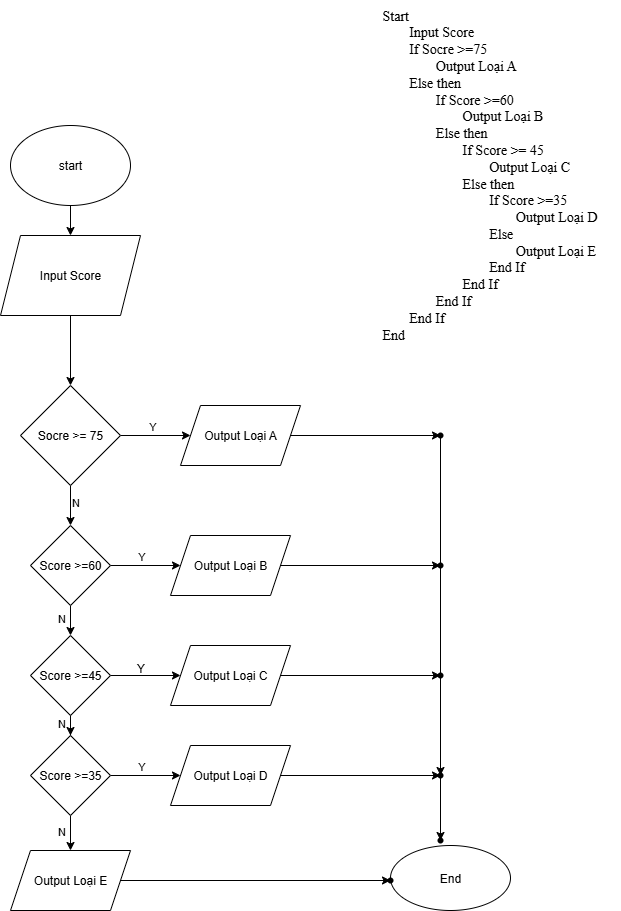
Above: ss3_pseudo/bai5.png in DoanNhatLong/m1_c09 (draw.io), before the change. Source tidied: cells renumbered, new cells last; positions are measured from the earlier drawing's top-left corner, leaving out a move shared by most shapes.
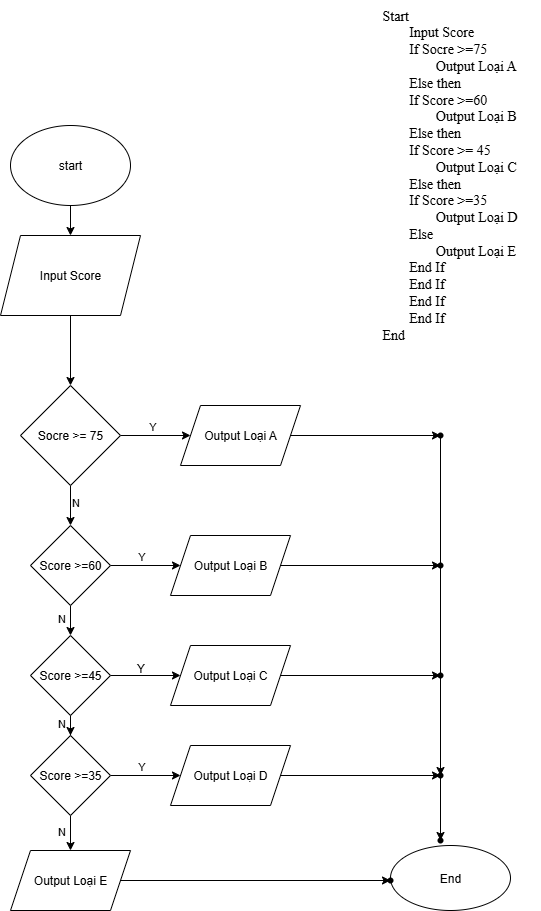
Above is the later version.

Commit message:
Bai_tap_pseudo

Change to the diagram source:
```diff
@@ -17,8 +17,8 @@
     <mxCell id="6" value="End" style="ellipse;whiteSpace=wrap;html=1;" parent="1" vertex="1">
       <mxGeometry x="390" y="845" width="120" height="65" as="geometry" />
     </mxCell>
-    <mxCell id="7" value="&lt;font style=&quot;font-size: 14px;&quot; face=&quot;Times New Roman&quot;&gt;Start&lt;br&gt;&lt;span style=&quot;white-space: pre;&quot;&gt;&#9;&lt;/span&gt;Input Score&lt;/font&gt;&lt;div&gt;&lt;font face=&quot;Times New Roman&quot;&gt;&lt;span style=&quot;font-size: 14px;&quot;&gt;&lt;span style=&quot;white-space: pre;&quot;&gt;&#9;&lt;/span&gt;If Socre &amp;gt;=75&amp;nbsp;&amp;nbsp;&lt;/span&gt;&lt;/font&gt;&lt;/div&gt;&lt;div&gt;&lt;font face=&quot;Times New Roman&quot;&gt;&lt;span style=&quot;font-size: 14px;&quot;&gt;&lt;span style=&quot;white-space: pre;&quot;&gt;&#9;&lt;/span&gt;&lt;span style=&quot;white-space: pre;&quot;&gt;&#9;&lt;/span&gt;Output Loại A&lt;br&gt;&lt;span style=&quot;white-space: pre;&quot;&gt;&#9;&lt;/span&gt;Else then&lt;/span&gt;&lt;/font&gt;&lt;/div&gt;&lt;div&gt;&lt;font face=&quot;Times New Roman&quot;&gt;&lt;span style=&quot;font-size: 14px;&quot;&gt;&lt;span style=&quot;white-space: pre;&quot;&gt;&#9;&lt;/span&gt;&lt;span style=&quot;white-space: pre;&quot;&gt;&#9;&lt;/span&gt;If Score &amp;gt;=60&amp;nbsp;&lt;/span&gt;&lt;/font&gt;&lt;/div&gt;&lt;div&gt;&lt;font face=&quot;Times New Roman&quot;&gt;&lt;span style=&quot;font-size: 14px;&quot;&gt;&lt;span style=&quot;white-space: pre;&quot;&gt;&#9;&lt;/span&gt;&lt;span style=&quot;white-space: pre;&quot;&gt;&#9;&lt;span style=&quot;white-space: pre;&quot;&gt;&#9;&lt;/span&gt;&lt;/span&gt;Output Loại B&lt;br&gt;&lt;span style=&quot;white-space: pre;&quot;&gt;&#9;&lt;/span&gt;&lt;span style=&quot;white-space: pre;&quot;&gt;&#9;&lt;/span&gt;Else then&lt;/span&gt;&lt;/font&gt;&lt;/div&gt;&lt;div&gt;&lt;font face=&quot;Times New Roman&quot;&gt;&lt;span style=&quot;font-size: 14px;&quot;&gt;&lt;span style=&quot;white-space: pre;&quot;&gt;&#9;&lt;/span&gt;&lt;span style=&quot;white-space: pre;&quot;&gt;&#9;&lt;/span&gt;&lt;span style=&quot;white-space: pre;&quot;&gt;&#9;&lt;/span&gt;If Score &amp;gt;= 45&amp;nbsp;&lt;/span&gt;&lt;/font&gt;&lt;/div&gt;&lt;div&gt;&lt;font face=&quot;Times New Roman&quot;&gt;&lt;span style=&quot;font-size: 14px;&quot;&gt;&lt;span style=&quot;white-space: pre;&quot;&gt;&#9;&lt;/span&gt;&lt;span style=&quot;white-space: pre;&quot;&gt;&#9;&lt;/span&gt;&lt;span style=&quot;white-space: pre;&quot;&gt;&#9;&lt;/span&gt;&lt;span style=&quot;white-space: pre;&quot;&gt;&#9;&lt;/span&gt;Output Loại C&lt;br&gt;&lt;span style=&quot;white-space: pre;&quot;&gt;&#9;&lt;/span&gt;&lt;span style=&quot;white-space: pre;&quot;&gt;&#9;&lt;/span&gt;&lt;span style=&quot;white-space: pre;&quot;&gt;&#9;&lt;/span&gt;Else then&amp;nbsp;&lt;/span&gt;&lt;/font&gt;&lt;/div&gt;&lt;div&gt;&lt;font face=&quot;Times New Roman&quot;&gt;&lt;span style=&quot;font-size: 14px;&quot;&gt;&lt;span style=&quot;white-space: pre;&quot;&gt;&#9;&lt;/span&gt;&lt;span style=&quot;white-space: pre;&quot;&gt;&#9;&lt;/span&gt;&lt;span style=&quot;white-space: pre;&quot;&gt;&#9;&lt;/span&gt;&lt;span style=&quot;white-space: pre;&quot;&gt;&#9;&lt;/span&gt;If Score &amp;gt;=35&amp;nbsp;&lt;/span&gt;&lt;/font&gt;&lt;/div&gt;&lt;div&gt;&lt;font face=&quot;Times New Roman&quot;&gt;&lt;span style=&quot;font-size: 14px;&quot;&gt;&lt;span style=&quot;white-space: pre;&quot;&gt;&#9;&lt;/span&gt;&lt;span style=&quot;white-space: pre;&quot;&gt;&#9;&lt;/span&gt;&lt;span style=&quot;white-space: pre;&quot;&gt;&#9;&lt;/span&gt;&lt;span style=&quot;white-space: pre;&quot;&gt;&#9;&lt;/span&gt;&lt;span style=&quot;white-space: pre;&quot;&gt;&#9;&lt;/span&gt;Output Loại D&lt;br&gt;&lt;span style=&quot;white-space: pre;&quot;&gt;&#9;&lt;/span&gt;&lt;span style=&quot;white-space: pre;&quot;&gt;&#9;&lt;/span&gt;&lt;span style=&quot;white-space: pre;&quot;&gt;&#9;&lt;/span&gt;&lt;span style=&quot;white-space: pre;&quot;&gt;&#9;&lt;/span&gt;Else&amp;nbsp;&lt;/span&gt;&lt;/font&gt;&lt;/div&gt;&lt;div&gt;&lt;font face=&quot;Times New Roman&quot;&gt;&lt;span style=&quot;font-size: 14px;&quot;&gt;&lt;span style=&quot;white-space: pre;&quot;&gt;&#9;&lt;/span&gt;&lt;span style=&quot;white-space: pre;&quot;&gt;&#9;&lt;span style=&quot;white-space: pre;&quot;&gt;&#9;&lt;/span&gt;&lt;span style=&quot;white-space: pre;&quot;&gt;&#9;&lt;/span&gt;&lt;span style=&quot;white-space: pre;&quot;&gt;&#9;&lt;/span&gt;O&lt;/span&gt;utput Loại E&lt;/span&gt;&lt;/font&gt;&lt;/div&gt;&lt;div&gt;&lt;font face=&quot;Times New Roman&quot;&gt;&lt;span style=&quot;font-size: 14px;&quot;&gt;&lt;span style=&quot;white-space: pre;&quot;&gt;&#9;&lt;/span&gt;&lt;span style=&quot;white-space: pre;&quot;&gt;&#9;&lt;/span&gt;&lt;span style=&quot;white-space: pre;&quot;&gt;&#9;&lt;/span&gt;&lt;span style=&quot;white-space: pre;&quot;&gt;&#9;&lt;/span&gt;End If&lt;/span&gt;&lt;/font&gt;&lt;/div&gt;&lt;div&gt;&lt;font face=&quot;Times New Roman&quot;&gt;&lt;span style=&quot;font-size: 14px;&quot;&gt;&lt;span style=&quot;white-space: pre;&quot;&gt;&#9;&lt;/span&gt;&lt;span style=&quot;white-space: pre;&quot;&gt;&#9;&lt;/span&gt;&lt;span style=&quot;white-space: pre;&quot;&gt;&#9;&lt;/span&gt;End If&lt;/span&gt;&lt;/font&gt;&lt;/div&gt;&lt;div&gt;&lt;font face=&quot;Times New Roman&quot;&gt;&lt;span style=&quot;font-size: 14px;&quot;&gt;&lt;span style=&quot;white-space: pre;&quot;&gt;&#9;&lt;/span&gt;&lt;span style=&quot;white-space: pre;&quot;&gt;&#9;&lt;/span&gt;End If&lt;/span&gt;&lt;/font&gt;&lt;/div&gt;&lt;div&gt;&lt;font face=&quot;Times New Roman&quot;&gt;&lt;span style=&quot;font-size: 14px;&quot;&gt;&lt;span style=&quot;white-space: pre;&quot;&gt;&#9;&lt;/span&gt;End If&lt;br&gt;&lt;/span&gt;&lt;/font&gt;&lt;div&gt;&lt;font style=&quot;font-size: 14px;&quot; face=&quot;Times New Roman&quot;&gt;End&lt;/font&gt;&lt;/div&gt;&lt;div&gt;&lt;/div&gt;&lt;/div&gt;" style="text;html=1;align=left;verticalAlign=middle;strokeColor=none;fillColor=none;" parent="1" vertex="1">
-      <mxGeometry x="380" width="240" height="350" as="geometry" />
+    <mxCell id="7" value="&lt;font style=&quot;font-size: 14px;&quot; face=&quot;Times New Roman&quot;&gt;Start&lt;br&gt;&lt;span style=&quot;white-space: pre;&quot;&gt;&#9;&lt;/span&gt;Input Score&lt;/font&gt;&lt;div&gt;&lt;font face=&quot;Times New Roman&quot;&gt;&lt;span style=&quot;font-size: 14px;&quot;&gt;&lt;span style=&quot;white-space: pre;&quot;&gt;&#9;&lt;/span&gt;If Socre &amp;gt;=75&amp;nbsp;&amp;nbsp;&lt;/span&gt;&lt;/font&gt;&lt;/div&gt;&lt;div&gt;&lt;font face=&quot;Times New Roman&quot;&gt;&lt;span style=&quot;font-size: 14px;&quot;&gt;&lt;span style=&quot;white-space: pre;&quot;&gt;&#9;&lt;/span&gt;&lt;span style=&quot;white-space: pre;&quot;&gt;&#9;&lt;/span&gt;Output Loại A&lt;br&gt;&lt;span style=&quot;white-space: pre;&quot;&gt;&#9;&lt;/span&gt;Else then&lt;/span&gt;&lt;/font&gt;&lt;/div&gt;&lt;div&gt;&lt;font face=&quot;Times New Roman&quot;&gt;&lt;span style=&quot;font-size: 14px;&quot;&gt;&lt;span style=&quot;white-space: pre;&quot;&gt;&#9;&lt;/span&gt;If Score &amp;gt;=60&amp;nbsp;&lt;/span&gt;&lt;/font&gt;&lt;/div&gt;&lt;div&gt;&lt;font face=&quot;Times New Roman&quot;&gt;&lt;span style=&quot;font-size: 14px;&quot;&gt;&lt;span style=&quot;white-space: pre;&quot;&gt;&#9;&lt;/span&gt;&lt;span style=&quot;white-space: pre;&quot;&gt;&#9;&lt;/span&gt;Output Loại B&lt;br&gt;&lt;span style=&quot;white-space: pre;&quot;&gt;&#9;&lt;/span&gt;Else then&lt;/span&gt;&lt;/font&gt;&lt;/div&gt;&lt;div&gt;&lt;font face=&quot;Times New Roman&quot;&gt;&lt;span style=&quot;font-size: 14px;&quot;&gt;&lt;span style=&quot;white-space: pre;&quot;&gt;&#9;&lt;/span&gt;If Score &amp;gt;= 45&amp;nbsp;&lt;/span&gt;&lt;/font&gt;&lt;/div&gt;&lt;div&gt;&lt;font face=&quot;Times New Roman&quot;&gt;&lt;span style=&quot;font-size: 14px;&quot;&gt;&lt;span style=&quot;white-space: pre;&quot;&gt;&#9;&lt;/span&gt;&lt;span style=&quot;white-space: pre;&quot;&gt;&#9;&lt;/span&gt;Output Loại C&lt;br&gt;&lt;span style=&quot;white-space: pre;&quot;&gt;&#9;&lt;/span&gt;Else then&amp;nbsp;&lt;/span&gt;&lt;/font&gt;&lt;/div&gt;&lt;div&gt;&lt;font face=&quot;Times New Roman&quot;&gt;&lt;span style=&quot;font-size: 14px;&quot;&gt;&lt;span style=&quot;white-space: pre;&quot;&gt;&#9;&lt;/span&gt;If Score &amp;gt;=35&amp;nbsp;&lt;/span&gt;&lt;/font&gt;&lt;/div&gt;&lt;div&gt;&lt;font face=&quot;Times New Roman&quot;&gt;&lt;span style=&quot;font-size: 14px;&quot;&gt;&lt;span style=&quot;white-space: pre;&quot;&gt;&#9;&lt;/span&gt;&lt;span style=&quot;white-space: pre;&quot;&gt;&#9;&lt;/span&gt;Output Loại D&lt;br&gt;&lt;span style=&quot;white-space: pre;&quot;&gt;&#9;&lt;/span&gt;Else&amp;nbsp;&lt;/span&gt;&lt;/font&gt;&lt;/div&gt;&lt;div&gt;&lt;font face=&quot;Times New Roman&quot;&gt;&lt;span style=&quot;font-size: 14px;&quot;&gt;&lt;span style=&quot;white-space: pre;&quot;&gt;&#9;&lt;/span&gt;&lt;span style=&quot;white-space: pre;&quot;&gt;&#9;O&lt;/span&gt;utput Loại E&lt;/span&gt;&lt;/font&gt;&lt;/div&gt;&lt;div&gt;&lt;font face=&quot;Times New Roman&quot;&gt;&lt;span style=&quot;font-size: 14px;&quot;&gt;&lt;span style=&quot;white-space: pre;&quot;&gt;&#9;&lt;/span&gt;End If&lt;/span&gt;&lt;/font&gt;&lt;/div&gt;&lt;div&gt;&lt;font face=&quot;Times New Roman&quot;&gt;&lt;span style=&quot;font-size: 14px;&quot;&gt;&lt;span style=&quot;white-space: pre;&quot;&gt;&#9;&lt;/span&gt;End If&lt;/span&gt;&lt;/font&gt;&lt;/div&gt;&lt;div&gt;&lt;font face=&quot;Times New Roman&quot;&gt;&lt;span style=&quot;font-size: 14px;&quot;&gt;&lt;span style=&quot;white-space: pre;&quot;&gt;&#9;&lt;/span&gt;End If&lt;/span&gt;&lt;/font&gt;&lt;/div&gt;&lt;div&gt;&lt;font face=&quot;Times New Roman&quot;&gt;&lt;span style=&quot;font-size: 14px;&quot;&gt;&lt;span style=&quot;white-space: pre;&quot;&gt;&#9;&lt;/span&gt;End If&lt;br&gt;&lt;/span&gt;&lt;/font&gt;&lt;div&gt;&lt;font style=&quot;font-size: 14px;&quot; face=&quot;Times New Roman&quot;&gt;End&lt;/font&gt;&lt;/div&gt;&lt;div&gt;&lt;/div&gt;&lt;/div&gt;" style="text;html=1;align=left;verticalAlign=middle;strokeColor=none;fillColor=none;" parent="1" vertex="1">
+      <mxGeometry x="380" width="160" height="350" as="geometry" />
     </mxCell>
     <mxCell id="8" style="edgeStyle=orthogonalEdgeStyle;rounded=0;jettySize=auto;html=1;" parent="1" edge="1" source="12" target="19">
       <mxGeometry relative="1" as="geometry" />
```
